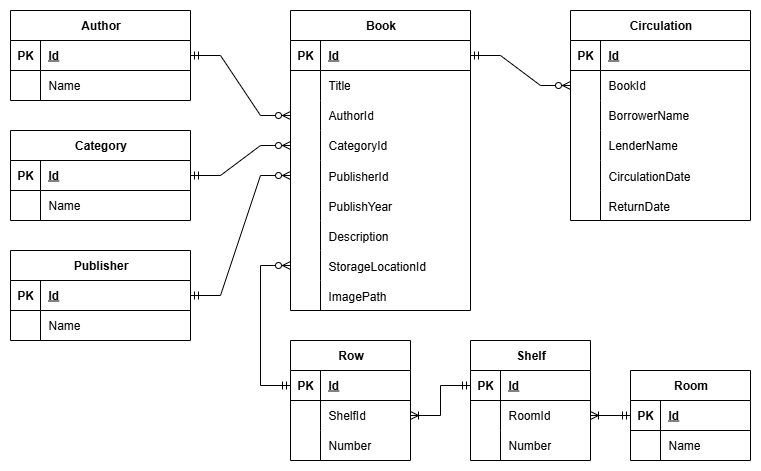
Earlier version of the draw.io export PersonalLibraryManagement/Documents/ERD_Personal_Library_Management.png (imxuanmanh/PersonalLibraryManagement). Source tidied: cells renumbered, new cells last; positions are measured from the earlier drawing's top-left corner, leaving out a move shared by most shapes.
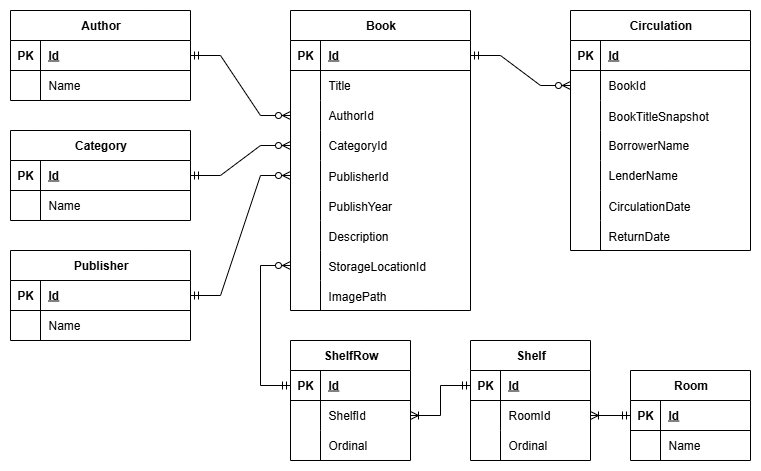
Above is the later version.

What changed in the source:
```diff
@@ -167,7 +167,7 @@
       </mxGeometry>
     </mxCell>
     <mxCell id="55" value="Circulation" style="shape=table;startSize=30;rowLines=0;fontStyle=1;align=center;html=1;" parent="1" vertex="1">
-      <mxGeometry x="560" width="180" height="210" as="geometry" />
+      <mxGeometry x="560" width="180" height="240" as="geometry" />
     </mxCell>
     <mxCell id="56" style="shape=tableRow;horizontal=0;startSize=0;swimlaneHead=0;swimlaneBody=0;fillColor=none;top=0;left=0;right=0;bottom=1;" parent="55" vertex="1">
       <mxGeometry y="30" width="180" height="30" as="geometry" />
@@ -187,8 +187,17 @@
     <mxCell id="61" value="BookId" style="shape=partialRectangle;fillColor=none;top=0;left=0;bottom=0;right=0;align=left;spacingLeft=6;overflow=hidden;whiteSpace=wrap;html=1;" parent="59" vertex="1">
       <mxGeometry x="30" width="150" height="30" as="geometry" />
     </mxCell>
+    <mxCell id="104" style="shape=tableRow;horizontal=0;startSize=0;swimlaneHead=0;swimlaneBody=0;fillColor=none;top=0;left=0;right=0;bottom=0;" parent="55" vertex="1">
+      <mxGeometry y="90" width="180" height="30" as="geometry" />
+    </mxCell>
+    <mxCell id="105" style="shape=partialRectangle;fillColor=none;top=0;left=0;bottom=0;right=0;overflow=hidden;" parent="104" vertex="1">
+      <mxGeometry width="30" height="30" as="geometry" />
+    </mxCell>
+    <mxCell id="106" value="BookTitleSnapshot" style="shape=partialRectangle;fillColor=none;top=0;left=0;bottom=0;right=0;align=left;spacingLeft=6;overflow=hidden;" parent="104" vertex="1">
+      <mxGeometry x="30" width="150" height="30" as="geometry" />
+    </mxCell>
     <mxCell id="62" style="shape=tableRow;horizontal=0;startSize=0;swimlaneHead=0;swimlaneBody=0;fillColor=none;top=0;left=0;right=0;bottom=0;" parent="55" vertex="1">
-      <mxGeometry y="90" width="180" height="30" as="geometry" />
+      <mxGeometry y="120" width="180" height="30" as="geometry" />
     </mxCell>
     <mxCell id="63" style="shape=partialRectangle;fillColor=none;top=0;left=0;bottom=0;right=0;overflow=hidden;whiteSpace=wrap;html=1;" parent="62" vertex="1">
       <mxGeometry width="30" height="30" as="geometry" />
@@ -197,7 +206,7 @@
       <mxGeometry x="30" width="150" height="30" as="geometry" />
     </mxCell>
     <mxCell id="65" style="shape=tableRow;horizontal=0;startSize=0;swimlaneHead=0;swimlaneBody=0;fillColor=none;top=0;left=0;right=0;bottom=0;" parent="55" vertex="1">
-      <mxGeometry y="120" width="180" height="30" as="geometry" />
+      <mxGeometry y="150" width="180" height="30" as="geometry" />
     </mxCell>
     <mxCell id="66" style="shape=partialRectangle;fillColor=none;top=0;left=0;bottom=0;right=0;overflow=hidden;whiteSpace=wrap;html=1;" parent="65" vertex="1">
       <mxGeometry width="30" height="30" as="geometry" />
@@ -206,7 +215,7 @@
       <mxGeometry x="30" width="150" height="30" as="geometry" />
     </mxCell>
     <mxCell id="68" style="shape=tableRow;horizontal=0;startSize=0;swimlaneHead=0;swimlaneBody=0;fillColor=none;top=0;left=0;right=0;bottom=0;" parent="55" vertex="1">
-      <mxGeometry y="150" width="180" height="30" as="geometry" />
+      <mxGeometry y="180" width="180" height="30" as="geometry" />
     </mxCell>
     <mxCell id="69" style="shape=partialRectangle;fillColor=none;top=0;left=0;bottom=0;right=0;overflow=hidden;" parent="68" vertex="1">
       <mxGeometry width="30" height="30" as="geometry" />
@@ -215,7 +224,7 @@
       <mxGeometry x="30" width="150" height="30" as="geometry" />
     </mxCell>
     <mxCell id="71" style="shape=tableRow;horizontal=0;startSize=0;swimlaneHead=0;swimlaneBody=0;fillColor=none;top=0;left=0;right=0;bottom=0;" parent="55" vertex="1">
-      <mxGeometry y="180" width="180" height="30" as="geometry" />
+      <mxGeometry y="210" width="180" height="30" as="geometry" />
     </mxCell>
     <mxCell id="72" style="shape=partialRectangle;fillColor=none;top=0;left=0;bottom=0;right=0;overflow=hidden;" parent="71" vertex="1">
       <mxGeometry width="30" height="30" as="geometry" />
@@ -253,7 +262,7 @@
     <mxCell id="83" style="shape=partialRectangle;fillColor=none;top=0;left=0;bottom=0;right=0;overflow=hidden;whiteSpace=wrap;html=1;" parent="82" vertex="1">
       <mxGeometry width="30" height="30" as="geometry" />
     </mxCell>
-    <mxCell id="84" value="Number" style="shape=partialRectangle;fillColor=none;top=0;left=0;bottom=0;right=0;align=left;spacingLeft=6;overflow=hidden;whiteSpace=wrap;html=1;" parent="82" vertex="1">
+    <mxCell id="84" value="Ordinal" style="shape=partialRectangle;fillColor=none;top=0;left=0;bottom=0;right=0;align=left;spacingLeft=6;overflow=hidden;whiteSpace=wrap;html=1;" parent="82" vertex="1">
       <mxGeometry x="30" width="90" height="30" as="geometry" />
     </mxCell>
     <mxCell id="85" value="Room" style="shape=table;startSize=30;rowLines=0;fontStyle=1;align=center;html=1;" parent="1" vertex="1">
@@ -277,7 +286,7 @@
     <mxCell id="91" value="Name" style="shape=partialRectangle;fillColor=none;top=0;left=0;bottom=0;right=0;align=left;spacingLeft=6;overflow=hidden;whiteSpace=wrap;html=1;" parent="89" vertex="1">
       <mxGeometry x="30" width="90" height="30" as="geometry" />
     </mxCell>
-    <mxCell id="92" value="Row" style="shape=table;startSize=30;rowLines=0;fontStyle=1;align=center;html=1;" parent="1" vertex="1">
+    <mxCell id="92" value="ShelfRow" style="shape=table;startSize=30;rowLines=0;fontStyle=1;align=center;html=1;" parent="1" vertex="1">
       <mxGeometry x="280" y="330" width="120" height="120" as="geometry" />
     </mxCell>
     <mxCell id="93" style="shape=tableRow;horizontal=0;startSize=0;swimlaneHead=0;swimlaneBody=0;fillColor=none;points=[[0,0.5],[1,0.5]];portConstraint=eastwest;top=0;left=0;right=0;bottom=1;" parent="92" vertex="1">
@@ -304,11 +313,15 @@
     <mxCell id="100" style="shape=partialRectangle;fillColor=none;top=0;left=0;bottom=0;right=0;overflow=hidden;whiteSpace=wrap;html=1;" parent="99" vertex="1">
       <mxGeometry width="30" height="30" as="geometry" />
     </mxCell>
-    <mxCell id="101" value="Number" style="shape=partialRectangle;fillColor=none;top=0;left=0;bottom=0;right=0;align=left;spacingLeft=6;overflow=hidden;whiteSpace=wrap;html=1;" parent="99" vertex="1">
+    <mxCell id="101" value="Ordinal" style="shape=partialRectangle;fillColor=none;top=0;left=0;bottom=0;right=0;align=left;spacingLeft=6;overflow=hidden;whiteSpace=wrap;html=1;" parent="99" vertex="1">
       <mxGeometry x="30" width="90" height="30" as="geometry" />
     </mxCell>
     <mxCell id="102" style="edgeStyle=entityRelationEdgeStyle;fontSize=12;html=1;endArrow=ERoneToMany;startArrow=ERmandOne;rounded=0;entryX=1;entryY=0.5;entryDx=0;entryDy=0;exitX=0;exitY=0.5;exitDx=0;exitDy=0;" parent="1" edge="1" source="76" target="96">
-      <mxGeometry relative="1" as="geometry" />
+      <mxGeometry relative="1" as="geometry">
+        <Array as="points">
+          <mxPoint x="410" y="390" />
+        </Array>
+      </mxGeometry>
     </mxCell>
     <mxCell id="103" style="edgeStyle=entityRelationEdgeStyle;fontSize=12;html=1;endArrow=ERoneToMany;startArrow=ERmandOne;rounded=0;entryX=1;entryY=0.5;entryDx=0;entryDy=0;exitX=0;exitY=0.5;exitDx=0;exitDy=0;" parent="1" edge="1" source="86" target="79">
       <mxGeometry relative="1" as="geometry" />
```
